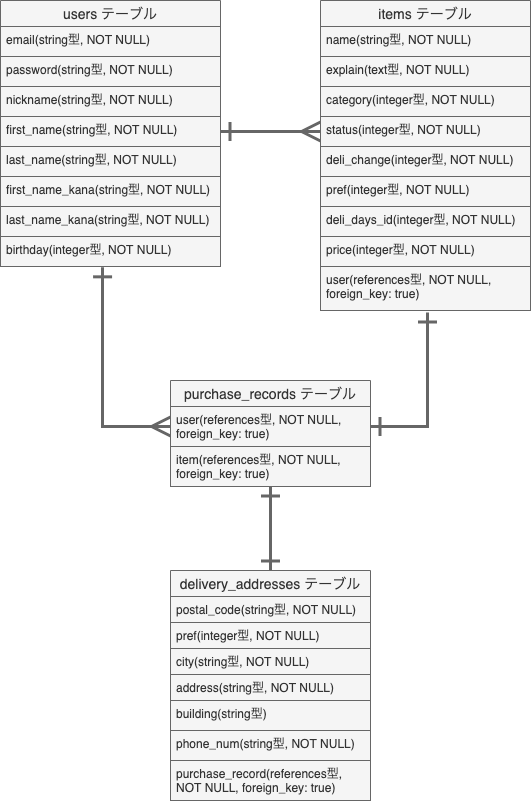
xiangma0531/furima-35533 keeps this draw.io diagram as furima_ER.png. Above is the earlier version. Source tidied: cells renumbered, new cells last; positions are measured from the earlier drawing's top-left corner, leaving out a move shared by most shapes.
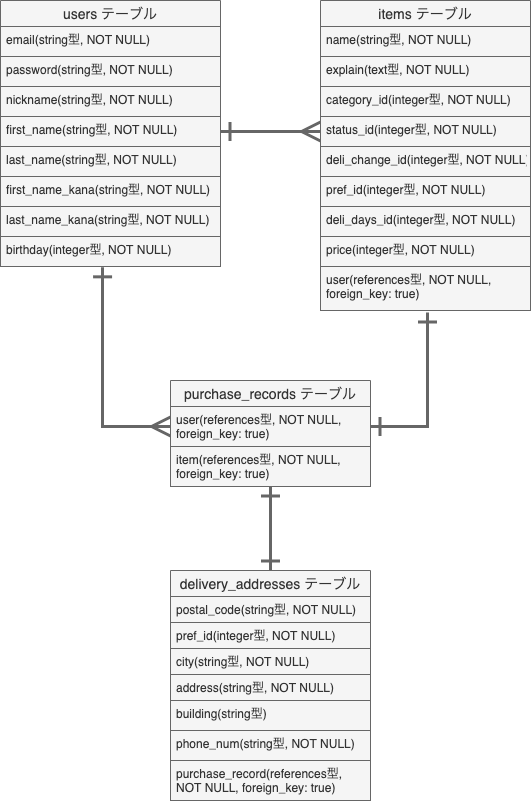
Above is the later version.

Diff of the diagram source:
```diff
@@ -38,16 +38,16 @@
     <mxCell id="13" value="explain(text型, NOT NULL)" style="text;strokeColor=#666666;fillColor=#f5f5f5;spacingLeft=4;spacingRight=4;overflow=hidden;fontSize=12;fontColor=#333333;" parent="11" vertex="1">
       <mxGeometry y="56" width="210" height="30" as="geometry" />
     </mxCell>
-    <mxCell id="14" value="category(integer型, NOT NULL)" style="text;strokeColor=#666666;fillColor=#f5f5f5;spacingLeft=4;spacingRight=4;overflow=hidden;fontSize=12;fontColor=#333333;" parent="11" vertex="1">
+    <mxCell id="14" value="category_id(integer型, NOT NULL)" style="text;strokeColor=#666666;fillColor=#f5f5f5;spacingLeft=4;spacingRight=4;overflow=hidden;fontSize=12;fontColor=#333333;" parent="11" vertex="1">
       <mxGeometry y="86" width="210" height="30" as="geometry" />
     </mxCell>
-    <mxCell id="15" value="status(integer型, NOT NULL)" style="text;strokeColor=#666666;fillColor=#f5f5f5;spacingLeft=4;spacingRight=4;overflow=hidden;points=[[0,0.5],[1,0.5]];portConstraint=eastwest;fontSize=12;fontColor=#333333;" parent="11" vertex="1">
+    <mxCell id="15" value="status_id(integer型, NOT NULL)" style="text;strokeColor=#666666;fillColor=#f5f5f5;spacingLeft=4;spacingRight=4;overflow=hidden;points=[[0,0.5],[1,0.5]];portConstraint=eastwest;fontSize=12;fontColor=#333333;" parent="11" vertex="1">
       <mxGeometry y="116" width="210" height="30" as="geometry" />
     </mxCell>
-    <mxCell id="16" value="deli_change(integer型, NOT NULL)" style="text;strokeColor=#666666;fillColor=#f5f5f5;spacingLeft=4;spacingRight=4;overflow=hidden;fontSize=12;fontColor=#333333;" parent="11" vertex="1">
+    <mxCell id="16" value="deli_change_id(integer型, NOT NULL)" style="text;strokeColor=#666666;fillColor=#f5f5f5;spacingLeft=4;spacingRight=4;overflow=hidden;fontSize=12;fontColor=#333333;" parent="11" vertex="1">
       <mxGeometry y="146" width="210" height="30" as="geometry" />
     </mxCell>
-    <mxCell id="17" value="pref(integer型, NOT NULL)" style="text;strokeColor=#666666;fillColor=#f5f5f5;spacingLeft=4;spacingRight=4;overflow=hidden;fontSize=12;fontColor=#333333;" parent="11" vertex="1">
+    <mxCell id="17" value="pref_id(integer型, NOT NULL)" style="text;strokeColor=#666666;fillColor=#f5f5f5;spacingLeft=4;spacingRight=4;overflow=hidden;fontSize=12;fontColor=#333333;" parent="11" vertex="1">
       <mxGeometry y="176" width="210" height="30" as="geometry" />
     </mxCell>
     <mxCell id="18" value="deli_days_id(integer型, NOT NULL)" style="text;spacingLeft=4;spacingRight=4;overflow=hidden;fontSize=12;fillColor=#f5f5f5;strokeColor=#666666;fontColor=#333333;" parent="11" vertex="1">
@@ -85,7 +85,7 @@
     <mxCell id="28" value="postal_code(string型, NOT NULL)" style="text;strokeColor=#666666;fillColor=#f5f5f5;spacingLeft=4;spacingRight=4;overflow=hidden;fontSize=12;fontColor=#333333;" parent="27" vertex="1">
       <mxGeometry y="26" width="200" height="26" as="geometry" />
     </mxCell>
-    <mxCell id="29" value="pref(integer型, NOT NULL)" style="text;strokeColor=#666666;fillColor=#f5f5f5;spacingLeft=4;spacingRight=4;overflow=hidden;fontSize=12;fontColor=#333333;" parent="27" vertex="1">
+    <mxCell id="29" value="pref_id(integer型, NOT NULL)" style="text;strokeColor=#666666;fillColor=#f5f5f5;spacingLeft=4;spacingRight=4;overflow=hidden;fontSize=12;fontColor=#333333;" parent="27" vertex="1">
       <mxGeometry y="52" width="200" height="26" as="geometry" />
     </mxCell>
     <mxCell id="30" value="city(string型, NOT NULL)" style="text;strokeColor=#666666;fillColor=#f5f5f5;spacingLeft=4;spacingRight=4;overflow=hidden;fontSize=12;fontColor=#333333;" parent="27" vertex="1">
```
